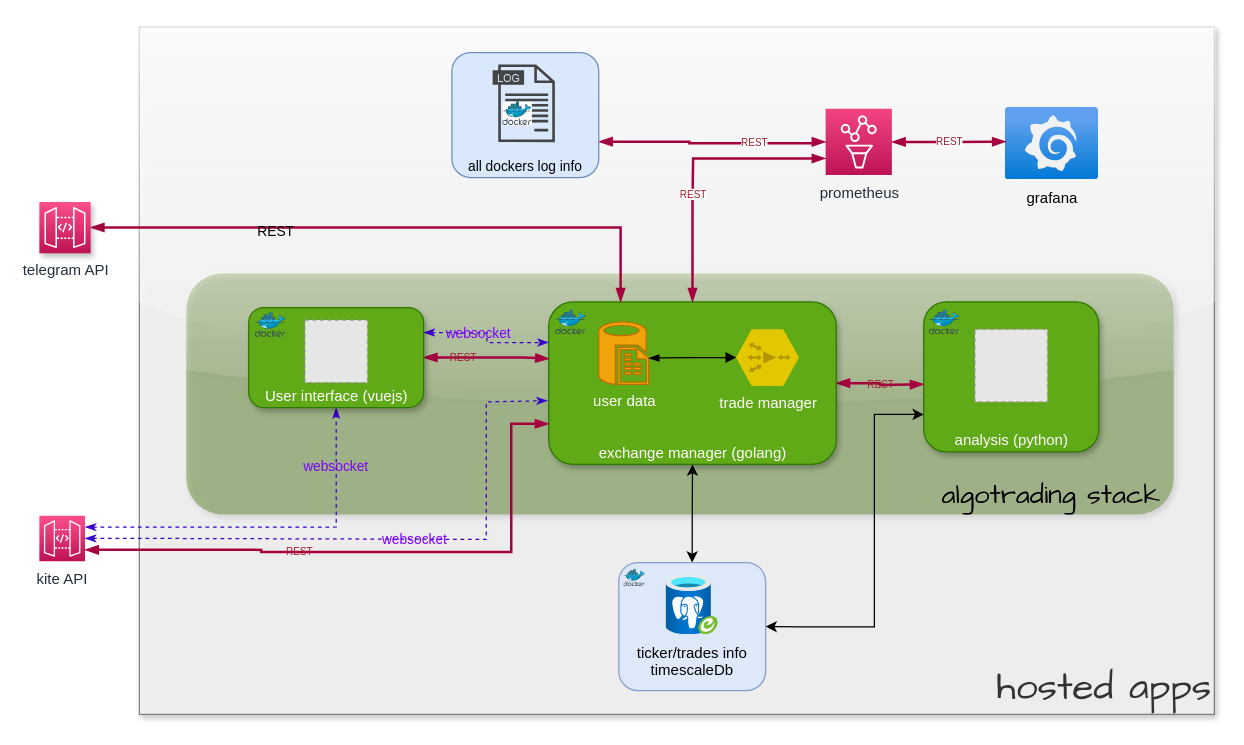
Earlier version of the draw.io diagram Sys Arch - APIs.drawio (p4r4g/algotrading-arch-doc). Source tidied: cells renumbered, new cells numbered last; positions are measured from the earlier drawing's top-left corner, leaving out a move shared by most shapes. Both pictures are drawn from the tidied source at 125%, with x=0, y=0 at pixel (39, 26). Pictures stored in the file or linked from it are replaced by grey dashed boxes.
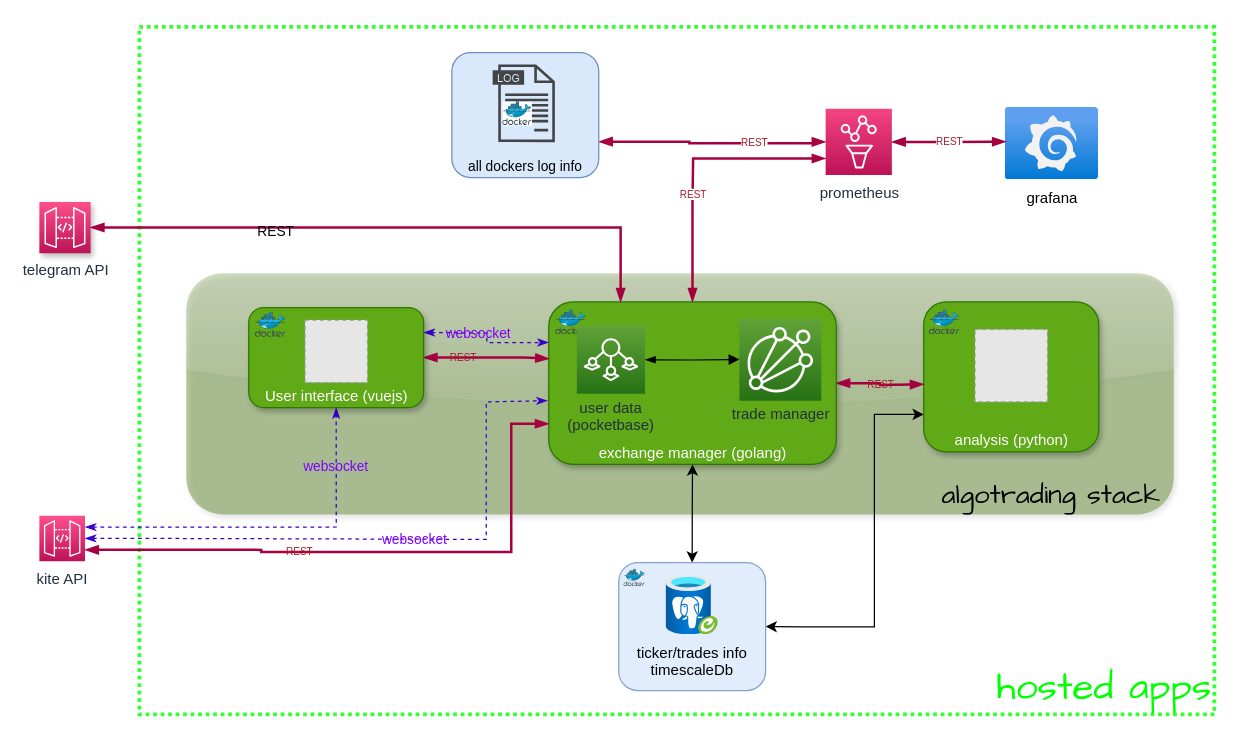
The same page after the edit.

The change refers to these unchanged cells:
```xml
<mxCell id="30" style="group;" parent="1" vertex="1">
  <mxGeometry x="167.5" y="224.5" width="720" height="160" as="geometry" />
</mxCell>
```

What changed in the source:
```diff
@@
-    <mxCell id="2" value="hosted apps" style="rounded=0;whiteSpace=wrap;html=1;shadow=1;glass=1;sketch=0;strokeColor=#666666;fontFamily=Architects Daughter;fontSize=31;fontColor=#333333;fillColor=#f5f5f5;opacity=80;verticalAlign=bottom;align=right;" parent="1" vertex="1">
+    <mxCell id="2" value="hosted apps" style="rounded=0;whiteSpace=wrap;html=1;shadow=0;glass=1;sketch=0;strokeColor=#00FF00;fontFamily=Architects Daughter;fontSize=31;fontColor=#00FF00;fillColor=none;opacity=80;verticalAlign=bottom;align=right;dashed=1;dashPattern=1 1;strokeWidth=3;" parent="1" vertex="1">
       <mxGeometry x="80" width="860" height="550" as="geometry" />
     </mxCell>
@@
-    <mxCell id="10" value="&lt;div&gt;user data&lt;/div&gt;" style="verticalLabelPosition=bottom;html=1;verticalAlign=top;align=center;strokeColor=#BD7000;fillColor=#f0a30a;shape=mxgraph.azure.sql_reporting;fontColor=#FFFFFF;" parent="1" vertex="1">
-      <mxGeometry x="447.5" y="236" width="40" height="50" as="geometry" />
-    </mxCell>
@@
-    <mxCell id="25" style="edgeStyle=orthogonalEdgeStyle;rounded=0;jettySize=auto;html=1;entryX=1;entryY=0.58;entryDx=0;entryDy=0;entryPerimeter=0;fontColor=#FFFFFF;startArrow=block;startFill=1;endArrow=blockThin;endFill=1;" parent="1" edge="1" source="26" target="10">
-      <mxGeometry relative="1" as="geometry" />
+    <mxCell id="25" style="edgeStyle=orthogonalEdgeStyle;rounded=0;jettySize=auto;html=1;fontColor=#FFFFFF;startArrow=block;startFill=1;endArrow=blockThin;endFill=1;strokeColor=default;" parent="1" edge="1" target="41">
+      <mxGeometry relative="1" as="geometry">
+        <mxPoint x="560" y="266" as="sourcePoint" />
+      </mxGeometry>
     </mxCell>
-    <mxCell id="26" value="trade manager" style="verticalLabelPosition=bottom;sketch=0;html=1;fillColor=#e3c800;strokeColor=#B09500;verticalAlign=top;align=center;points=[[0,0.5,0],[0.125,0.25,0],[0.25,0,0],[0.5,0,0],[0.75,0,0],[0.875,0.25,0],[1,0.5,0],[0.875,0.75,0],[0.75,1,0],[0.5,1,0],[0.125,0.75,0]];shape=mxgraph.cisco_safe.compositeIcon;bgIcon=mxgraph.cisco_safe.design.blank_device;resIcon=mxgraph.cisco_safe.design.wide_area_application_engine;fontColor=#FFFFFF;" parent="1" vertex="1">
-      <mxGeometry x="557.5" y="242" width="50" height="45" as="geometry" />
-    </mxCell>
@@
+    <mxCell id="41" value="&lt;div&gt;user data&lt;/div&gt;&lt;div&gt;(pocketbase)&lt;/div&gt;" style="outlineConnect=0;fontColor=#232F3E;gradientColor=#60A337;gradientDirection=north;fillColor=#277116;strokeColor=#ffffff;dashed=0;verticalLabelPosition=bottom;verticalAlign=top;align=center;html=1;fontSize=12;fontStyle=0;shape=mxgraph.aws4.resourceIcon;resIcon=mxgraph.aws4.iot_sitewise;spacing=-1;" parent="30" vertex="1">
+      <mxGeometry x="262.5" y="14.5" width="54.5" height="54.5" as="geometry" />
+    </mxCell>
@@
+    <mxCell id="26" value="trade manager" style="outlineConnect=0;fontColor=#232F3E;gradientColor=#60A337;gradientDirection=north;fillColor=#277116;strokeColor=#ffffff;dashed=0;verticalLabelPosition=bottom;verticalAlign=top;align=center;html=1;fontSize=12;fontStyle=0;shape=mxgraph.aws4.resourceIcon;resIcon=mxgraph.aws4.iot_analytics;labelBackgroundColor=none;spacingTop=0;spacing=-1;" parent="1" vertex="1">
+      <mxGeometry x="560" y="233.5" width="65.5" height="65.5" as="geometry" />
+    </mxCell>
```
